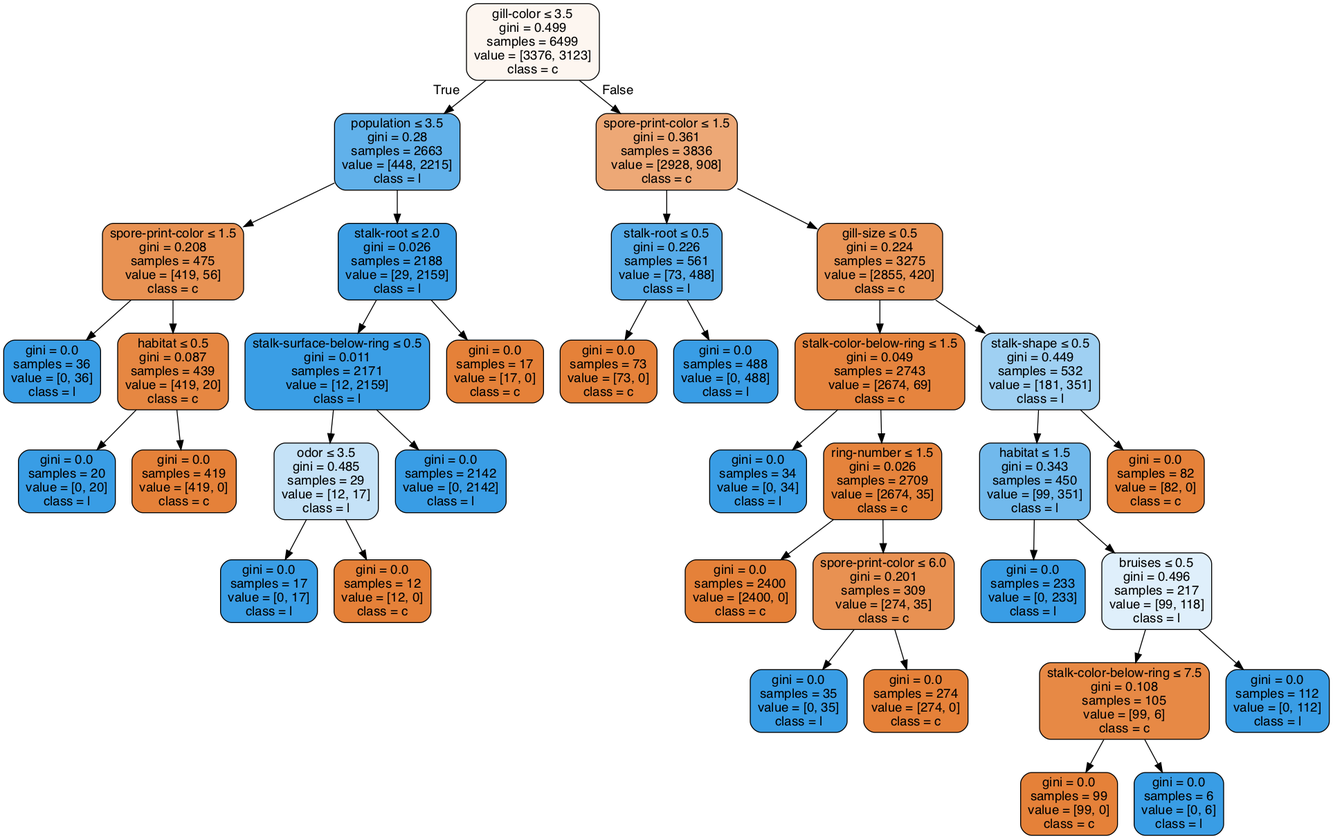
Before: Lab02/clf-max-depth-None.gv.png, a diagram exported from Graphviz (anhle199/Intro2AI-HCMUS). Its source is kept beside it as Lab02/clf-max-depth-None.gv. Its diagram source:
```dot
digraph Tree {
node [shape=box, style="filled, rounded", color="black", fontname=helvetica] ;
edge [fontname=helvetica] ;
0 [label=<gill-color &le; 3.5<br/>gini = 0.499<br/>samples = 6499<br/>value = [3376, 3123]<br/>class = c>, fillcolor="#fdf6f0"] ;
1 [label=<population &le; 3.5<br/>gini = 0.28<br/>samples = 2663<br/>value = [448, 2215]<br/>class = l>, fillcolor="#61b1ea"] ;
0 -> 1 [labeldistance=2.5, labelangle=45, headlabel="True"] ;
2 [label=<spore-print-color &le; 1.5<br/>gini = 0.208<br/>samples = 475<br/>value = [419, 56]<br/>class = c>, fillcolor="#e89253"] ;
1 -> 2 ;
3 [label=<gini = 0.0<br/>samples = 36<br/>value = [0, 36]<br/>class = l>, fillcolor="#399de5"] ;
2 -> 3 ;
4 [label=<habitat &le; 0.5<br/>gini = 0.087<br/>samples = 439<br/>value = [419, 20]<br/>class = c>, fillcolor="#e68742"] ;
2 -> 4 ;
5 [label=<gini = 0.0<br/>samples = 20<br/>value = [0, 20]<br/>class = l>, fillcolor="#399de5"] ;
4 -> 5 ;
6 [label=<gini = 0.0<br/>samples = 419<br/>value = [419, 0]<br/>class = c>, fillcolor="#e58139"] ;
4 -> 6 ;
7 [label=<stalk-root &le; 2.0<br/>gini = 0.026<br/>samples = 2188<br/>value = [29, 2159]<br/>class = l>, fillcolor="#3c9ee5"] ;
1 -> 7 ;
8 [label=<stalk-surface-below-ring &le; 0.5<br/>gini = 0.011<br/>samples = 2171<br/>value = [12, 2159]<br/>class = l>, fillcolor="#3a9ee5"] ;
7 -> 8 ;
9 [label=<odor &le; 3.5<br/>gini = 0.485<br/>samples = 29<br/>value = [12, 17]<br/>class = l>, fillcolor="#c5e2f7"] ;
8 -> 9 ;
10 [label=<gini = 0.0<br/>samples = 17<br/>value = [0, 17]<br/>class = l>, fillcolor="#399de5"] ;
9 -> 10 ;
11 [label=<gini = 0.0<br/>samples = 12<br/>value = [12, 0]<br/>class = c>, fillcolor="#e58139"] ;
9 -> 11 ;
12 [label=<gini = 0.0<br/>samples = 2142<br/>value = [0, 2142]<br/>class = l>, fillcolor="#399de5"] ;
8 -> 12 ;
13 [label=<gini = 0.0<br/>samples = 17<br/>value = [17, 0]<br/>class = c>, fillcolor="#e58139"] ;
7 -> 13 ;
14 [label=<spore-print-color &le; 1.5<br/>gini = 0.361<br/>samples = 3836<br/>value = [2928, 908]<br/>class = c>, fillcolor="#eda876"] ;
0 -> 14 [labeldistance=2.5, labelangle=-45, headlabel="False"] ;
15 [label=<stalk-root &le; 0.5<br/>gini = 0.226<br/>samples = 561<br/>value = [73, 488]<br/>class = l>, fillcolor="#57ace9"] ;
14 -> 15 ;
16 [label=<gini = 0.0<br/>samples = 73<br/>value = [73, 0]<br/>class = c>, fillcolor="#e58139"] ;
15 -> 16 ;
17 [label=<gini = 0.0<br/>samples = 488<br/>value = [0, 488]<br/>class = l>, fillcolor="#399de5"] ;
15 -> 17 ;
18 [label=<gill-size &le; 0.5<br/>gini = 0.224<br/>samples = 3275<br/>value = [2855, 420]<br/>class = c>, fillcolor="#e99456"] ;
14 -> 18 ;
19 [label=<stalk-color-below-ring &le; 1.5<br/>gini = 0.049<br/>samples = 2743<br/>value = [2674, 69]<br/>class = c>, fillcolor="#e6843e"] ;
18 -> 19 ;
20 [label=<gini = 0.0<br/>samples = 34<br/>value = [0, 34]<br/>class = l>, fillcolor="#399de5"] ;
19 -> 20 ;
21 [label=<ring-number &le; 1.5<br/>gini = 0.026<br/>samples = 2709<br/>value = [2674, 35]<br/>class = c>, fillcolor="#e5833c"] ;
19 -> 21 ;
22 [label=<gini = 0.0<br/>samples = 2400<br/>value = [2400, 0]<br/>class = c>, fillcolor="#e58139"] ;
21 -> 22 ;
23 [label=<spore-print-color &le; 6.0<br/>gini = 0.201<br/>samples = 309<br/>value = [274, 35]<br/>class = c>, fillcolor="#e89152"] ;
21 -> 23 ;
24 [label=<gini = 0.0<br/>samples = 35<br/>value = [0, 35]<br/>class = l>, fillcolor="#399de5"] ;
23 -> 24 ;
25 [label=<gini = 0.0<br/>samples = 274<br/>value = [274, 0]<br/>class = c>, fillcolor="#e58139"] ;
23 -> 25 ;
26 [label=<stalk-shape &le; 0.5<br/>gini = 0.449<br/>samples = 532<br/>value = [181, 351]<br/>class = l>, fillcolor="#9fd0f2"] ;
18 -> 26 ;
27 [label=<habitat &le; 1.5<br/>gini = 0.343<br/>samples = 450<br/>value = [99, 351]<br/>class = l>, fillcolor="#71b9ec"] ;
26 -> 27 ;
28 [label=<gini = 0.0<br/>samples = 233<br/>value = [0, 233]<br/>class = l>, fillcolor="#399de5"] ;
27 -> 28 ;
29 [label=<bruises &le; 0.5<br/>gini = 0.496<br/>samples = 217<br/>value = [99, 118]<br/>class = l>, fillcolor="#dfeffb"] ;
27 -> 29 ;
30 [label=<stalk-color-below-ring &le; 7.5<br/>gini = 0.108<br/>samples = 105<br/>value = [99, 6]<br/>class = c>, fillcolor="#e78945"] ;
29 -> 30 ;
31 [label=<gini = 0.0<br/>samples = 99<br/>value = [99, 0]<br/>class = c>, fillcolor="#e58139"] ;
30 -> 31 ;
32 [label=<gini = 0.0<br/>samples = 6<br/>value = [0, 6]<br/>class = l>, fillcolor="#399de5"] ;
30 -> 32 ;
33 [label=<gini = 0.0<br/>samples = 112<br/>value = [0, 112]<br/>class = l>, fillcolor="#399de5"] ;
29 -> 33 ;
34 [label=<gini = 0.0<br/>samples = 82<br/>value = [82, 0]<br/>class = c>, fillcolor="#e58139"] ;
26 -> 34 ;
}
```
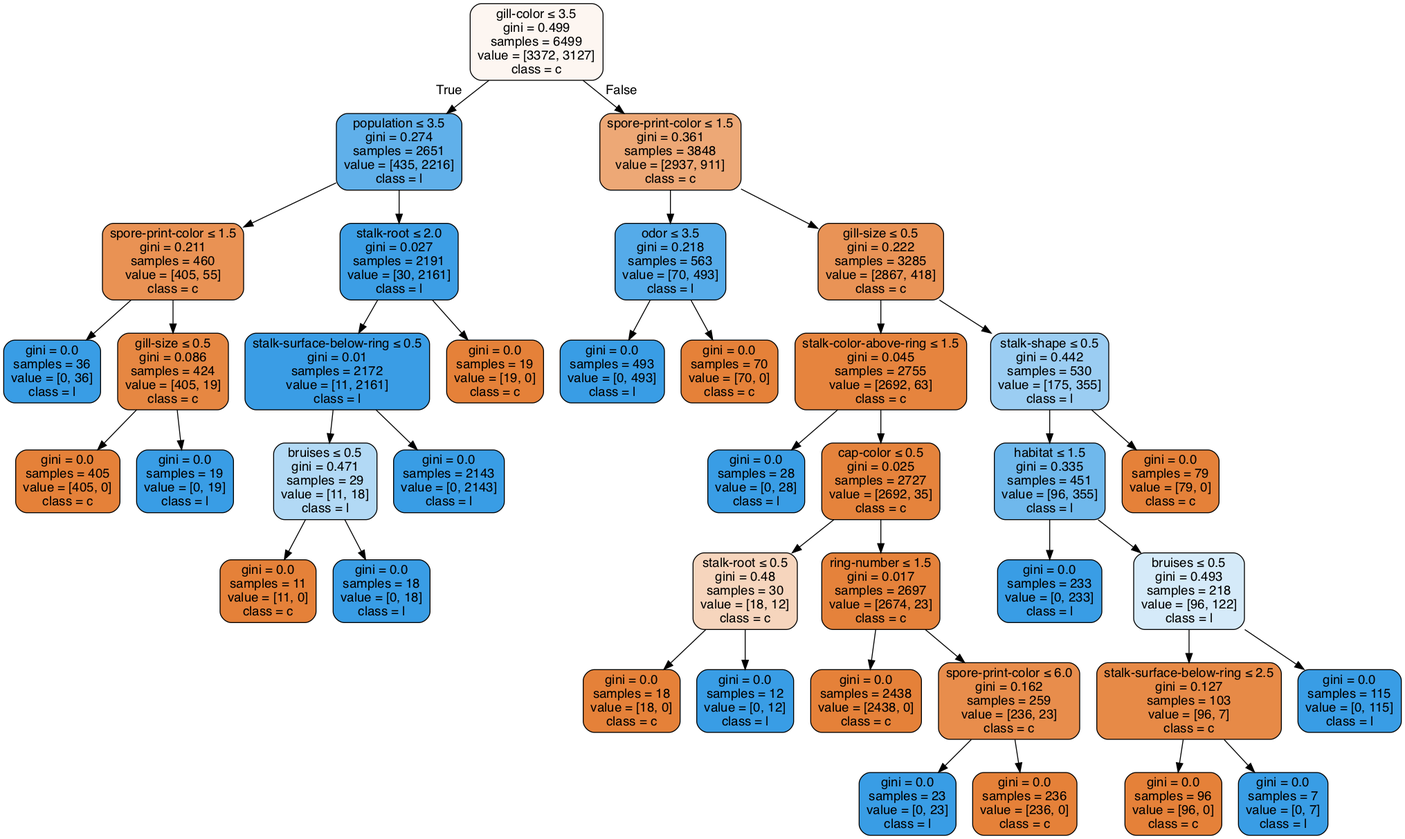
Later version of the same file.

Diff of the diagram source:
```diff
@@ -1,73 +1,81 @@
 digraph Tree {
 node [shape=box, style="filled, rounded", color="black", fontname=helvetica] ;
 edge [fontname=helvetica] ;
-0 [label=<gill-color &le; 3.5<br/>gini = 0.499<br/>samples = 6499<br/>value = [3376, 3123]<br/>class = c>, fillcolor="#fdf6f0"] ;
-1 [label=<population &le; 3.5<br/>gini = 0.28<br/>samples = 2663<br/>value = [448, 2215]<br/>class = l>, fillcolor="#61b1ea"] ;
+0 [label=<gill-color &le; 3.5<br/>gini = 0.499<br/>samples = 6499<br/>value = [3372, 3127]<br/>class = c>, fillcolor="#fdf6f1"] ;
+1 [label=<population &le; 3.5<br/>gini = 0.274<br/>samples = 2651<br/>value = [435, 2216]<br/>class = l>, fillcolor="#60b0ea"] ;
 0 -> 1 [labeldistance=2.5, labelangle=45, headlabel="True"] ;
-2 [label=<spore-print-color &le; 1.5<br/>gini = 0.208<br/>samples = 475<br/>value = [419, 56]<br/>class = c>, fillcolor="#e89253"] ;
+2 [label=<spore-print-color &le; 1.5<br/>gini = 0.211<br/>samples = 460<br/>value = [405, 55]<br/>class = c>, fillcolor="#e99254"] ;
 1 -> 2 ;
 3 [label=<gini = 0.0<br/>samples = 36<br/>value = [0, 36]<br/>class = l>, fillcolor="#399de5"] ;
 2 -> 3 ;
-4 [label=<habitat &le; 0.5<br/>gini = 0.087<br/>samples = 439<br/>value = [419, 20]<br/>class = c>, fillcolor="#e68742"] ;
+4 [label=<gill-size &le; 0.5<br/>gini = 0.086<br/>samples = 424<br/>value = [405, 19]<br/>class = c>, fillcolor="#e68742"] ;
 2 -> 4 ;
-5 [label=<gini = 0.0<br/>samples = 20<br/>value = [0, 20]<br/>class = l>, fillcolor="#399de5"] ;
+5 [label=<gini = 0.0<br/>samples = 405<br/>value = [405, 0]<br/>class = c>, fillcolor="#e58139"] ;
 4 -> 5 ;
-6 [label=<gini = 0.0<br/>samples = 419<br/>value = [419, 0]<br/>class = c>, fillcolor="#e58139"] ;
+6 [label=<gini = 0.0<br/>samples = 19<br/>value = [0, 19]<br/>class = l>, fillcolor="#399de5"] ;
 4 -> 6 ;
-7 [label=<stalk-root &le; 2.0<br/>gini = 0.026<br/>samples = 2188<br/>value = [29, 2159]<br/>class = l>, fillcolor="#3c9ee5"] ;
+7 [label=<stalk-root &le; 2.0<br/>gini = 0.027<br/>samples = 2191<br/>value = [30, 2161]<br/>class = l>, fillcolor="#3c9ee5"] ;
 1 -> 7 ;
-8 [label=<stalk-surface-below-ring &le; 0.5<br/>gini = 0.011<br/>samples = 2171<br/>value = [12, 2159]<br/>class = l>, fillcolor="#3a9ee5"] ;
+8 [label=<stalk-surface-below-ring &le; 0.5<br/>gini = 0.01<br/>samples = 2172<br/>value = [11, 2161]<br/>class = l>, fillcolor="#3a9de5"] ;
 7 -> 8 ;
-9 [label=<odor &le; 3.5<br/>gini = 0.485<br/>samples = 29<br/>value = [12, 17]<br/>class = l>, fillcolor="#c5e2f7"] ;
+9 [label=<bruises &le; 0.5<br/>gini = 0.471<br/>samples = 29<br/>value = [11, 18]<br/>class = l>, fillcolor="#b2d9f5"] ;
 8 -> 9 ;
-10 [label=<gini = 0.0<br/>samples = 17<br/>value = [0, 17]<br/>class = l>, fillcolor="#399de5"] ;
+10 [label=<gini = 0.0<br/>samples = 11<br/>value = [11, 0]<br/>class = c>, fillcolor="#e58139"] ;
 9 -> 10 ;
-11 [label=<gini = 0.0<br/>samples = 12<br/>value = [12, 0]<br/>class = c>, fillcolor="#e58139"] ;
+11 [label=<gini = 0.0<br/>samples = 18<br/>value = [0, 18]<br/>class = l>, fillcolor="#399de5"] ;
 9 -> 11 ;
-12 [label=<gini = 0.0<br/>samples = 2142<br/>value = [0, 2142]<br/>class = l>, fillcolor="#399de5"] ;
+12 [label=<gini = 0.0<br/>samples = 2143<br/>value = [0, 2143]<br/>class = l>, fillcolor="#399de5"] ;
 8 -> 12 ;
-13 [label=<gini = 0.0<br/>samples = 17<br/>value = [17, 0]<br/>class = c>, fillcolor="#e58139"] ;
+13 [label=<gini = 0.0<br/>samples = 19<br/>value = [19, 0]<br/>class = c>, fillcolor="#e58139"] ;
 7 -> 13 ;
-14 [label=<spore-print-color &le; 1.5<br/>gini = 0.361<br/>samples = 3836<br/>value = [2928, 908]<br/>class = c>, fillcolor="#eda876"] ;
+14 [label=<spore-print-color &le; 1.5<br/>gini = 0.361<br/>samples = 3848<br/>value = [2937, 911]<br/>class = c>, fillcolor="#eda876"] ;
 0 -> 14 [labeldistance=2.5, labelangle=-45, headlabel="False"] ;
-15 [label=<stalk-root &le; 0.5<br/>gini = 0.226<br/>samples = 561<br/>value = [73, 488]<br/>class = l>, fillcolor="#57ace9"] ;
+15 [label=<odor &le; 3.5<br/>gini = 0.218<br/>samples = 563<br/>value = [70, 493]<br/>class = l>, fillcolor="#55abe9"] ;
 14 -> 15 ;
-16 [label=<gini = 0.0<br/>samples = 73<br/>value = [73, 0]<br/>class = c>, fillcolor="#e58139"] ;
+16 [label=<gini = 0.0<br/>samples = 493<br/>value = [0, 493]<br/>class = l>, fillcolor="#399de5"] ;
 15 -> 16 ;
-17 [label=<gini = 0.0<br/>samples = 488<br/>value = [0, 488]<br/>class = l>, fillcolor="#399de5"] ;
+17 [label=<gini = 0.0<br/>samples = 70<br/>value = [70, 0]<br/>class = c>, fillcolor="#e58139"] ;
 15 -> 17 ;
-18 [label=<gill-size &le; 0.5<br/>gini = 0.224<br/>samples = 3275<br/>value = [2855, 420]<br/>class = c>, fillcolor="#e99456"] ;
+18 [label=<gill-size &le; 0.5<br/>gini = 0.222<br/>samples = 3285<br/>value = [2867, 418]<br/>class = c>, fillcolor="#e99356"] ;
 14 -> 18 ;
-19 [label=<stalk-color-below-ring &le; 1.5<br/>gini = 0.049<br/>samples = 2743<br/>value = [2674, 69]<br/>class = c>, fillcolor="#e6843e"] ;
+19 [label=<stalk-color-above-ring &le; 1.5<br/>gini = 0.045<br/>samples = 2755<br/>value = [2692, 63]<br/>class = c>, fillcolor="#e6843e"] ;
 18 -> 19 ;
-20 [label=<gini = 0.0<br/>samples = 34<br/>value = [0, 34]<br/>class = l>, fillcolor="#399de5"] ;
+20 [label=<gini = 0.0<br/>samples = 28<br/>value = [0, 28]<br/>class = l>, fillcolor="#399de5"] ;
 19 -> 20 ;
-21 [label=<ring-number &le; 1.5<br/>gini = 0.026<br/>samples = 2709<br/>value = [2674, 35]<br/>class = c>, fillcolor="#e5833c"] ;
+21 [label=<cap-color &le; 0.5<br/>gini = 0.025<br/>samples = 2727<br/>value = [2692, 35]<br/>class = c>, fillcolor="#e5833c"] ;
 19 -> 21 ;
-22 [label=<gini = 0.0<br/>samples = 2400<br/>value = [2400, 0]<br/>class = c>, fillcolor="#e58139"] ;
+22 [label=<stalk-root &le; 0.5<br/>gini = 0.48<br/>samples = 30<br/>value = [18, 12]<br/>class = c>, fillcolor="#f6d5bd"] ;
 21 -> 22 ;
-23 [label=<spore-print-color &le; 6.0<br/>gini = 0.201<br/>samples = 309<br/>value = [274, 35]<br/>class = c>, fillcolor="#e89152"] ;
-21 -> 23 ;
-24 [label=<gini = 0.0<br/>samples = 35<br/>value = [0, 35]<br/>class = l>, fillcolor="#399de5"] ;
-23 -> 24 ;
-25 [label=<gini = 0.0<br/>samples = 274<br/>value = [274, 0]<br/>class = c>, fillcolor="#e58139"] ;
-23 -> 25 ;
-26 [label=<stalk-shape &le; 0.5<br/>gini = 0.449<br/>samples = 532<br/>value = [181, 351]<br/>class = l>, fillcolor="#9fd0f2"] ;
-18 -> 26 ;
-27 [label=<habitat &le; 1.5<br/>gini = 0.343<br/>samples = 450<br/>value = [99, 351]<br/>class = l>, fillcolor="#71b9ec"] ;
-26 -> 27 ;
-28 [label=<gini = 0.0<br/>samples = 233<br/>value = [0, 233]<br/>class = l>, fillcolor="#399de5"] ;
+23 [label=<gini = 0.0<br/>samples = 18<br/>value = [18, 0]<br/>class = c>, fillcolor="#e58139"] ;
+22 -> 23 ;
+24 [label=<gini = 0.0<br/>samples = 12<br/>value = [0, 12]<br/>class = l>, fillcolor="#399de5"] ;
+22 -> 24 ;
+25 [label=<ring-number &le; 1.5<br/>gini = 0.017<br/>samples = 2697<br/>value = [2674, 23]<br/>class = c>, fillcolor="#e5823b"] ;
+21 -> 25 ;
+26 [label=<gini = 0.0<br/>samples = 2438<br/>value = [2438, 0]<br/>class = c>, fillcolor="#e58139"] ;
+25 -> 26 ;
+27 [label=<spore-print-color &le; 6.0<br/>gini = 0.162<br/>samples = 259<br/>value = [236, 23]<br/>class = c>, fillcolor="#e88d4c"] ;
+25 -> 27 ;
+28 [label=<gini = 0.0<br/>samples = 23<br/>value = [0, 23]<br/>class = l>, fillcolor="#399de5"] ;
 27 -> 28 ;
-29 [label=<bruises &le; 0.5<br/>gini = 0.496<br/>samples = 217<br/>value = [99, 118]<br/>class = l>, fillcolor="#dfeffb"] ;
+29 [label=<gini = 0.0<br/>samples = 236<br/>value = [236, 0]<br/>class = c>, fillcolor="#e58139"] ;
 27 -> 29 ;
-30 [label=<stalk-color-below-ring &le; 7.5<br/>gini = 0.108<br/>samples = 105<br/>value = [99, 6]<br/>class = c>, fillcolor="#e78945"] ;
-29 -> 30 ;
-31 [label=<gini = 0.0<br/>samples = 99<br/>value = [99, 0]<br/>class = c>, fillcolor="#e58139"] ;
+30 [label=<stalk-shape &le; 0.5<br/>gini = 0.442<br/>samples = 530<br/>value = [175, 355]<br/>class = l>, fillcolor="#9bcdf2"] ;
+18 -> 30 ;
+31 [label=<habitat &le; 1.5<br/>gini = 0.335<br/>samples = 451<br/>value = [96, 355]<br/>class = l>, fillcolor="#6fb8ec"] ;
 30 -> 31 ;
-32 [label=<gini = 0.0<br/>samples = 6<br/>value = [0, 6]<br/>class = l>, fillcolor="#399de5"] ;
-30 -> 32 ;
-33 [label=<gini = 0.0<br/>samples = 112<br/>value = [0, 112]<br/>class = l>, fillcolor="#399de5"] ;
-29 -> 33 ;
-34 [label=<gini = 0.0<br/>samples = 82<br/>value = [82, 0]<br/>class = c>, fillcolor="#e58139"] ;
-26 -> 34 ;
+32 [label=<gini = 0.0<br/>samples = 233<br/>value = [0, 233]<br/>class = l>, fillcolor="#399de5"] ;
+31 -> 32 ;
+33 [label=<bruises &le; 0.5<br/>gini = 0.493<br/>samples = 218<br/>value = [96, 122]<br/>class = l>, fillcolor="#d5eaf9"] ;
+31 -> 33 ;
+34 [label=<stalk-surface-below-ring &le; 2.5<br/>gini = 0.127<br/>samples = 103<br/>value = [96, 7]<br/>class = c>, fillcolor="#e78a47"] ;
+33 -> 34 ;
+35 [label=<gini = 0.0<br/>samples = 96<br/>value = [96, 0]<br/>class = c>, fillcolor="#e58139"] ;
+34 -> 35 ;
+36 [label=<gini = 0.0<br/>samples = 7<br/>value = [0, 7]<br/>class = l>, fillcolor="#399de5"] ;
+34 -> 36 ;
+37 [label=<gini = 0.0<br/>samples = 115<br/>value = [0, 115]<br/>class = l>, fillcolor="#399de5"] ;
+33 -> 37 ;
+38 [label=<gini = 0.0<br/>samples = 79<br/>value = [79, 0]<br/>class = c>, fillcolor="#e58139"] ;
+30 -> 38 ;
 }
```
